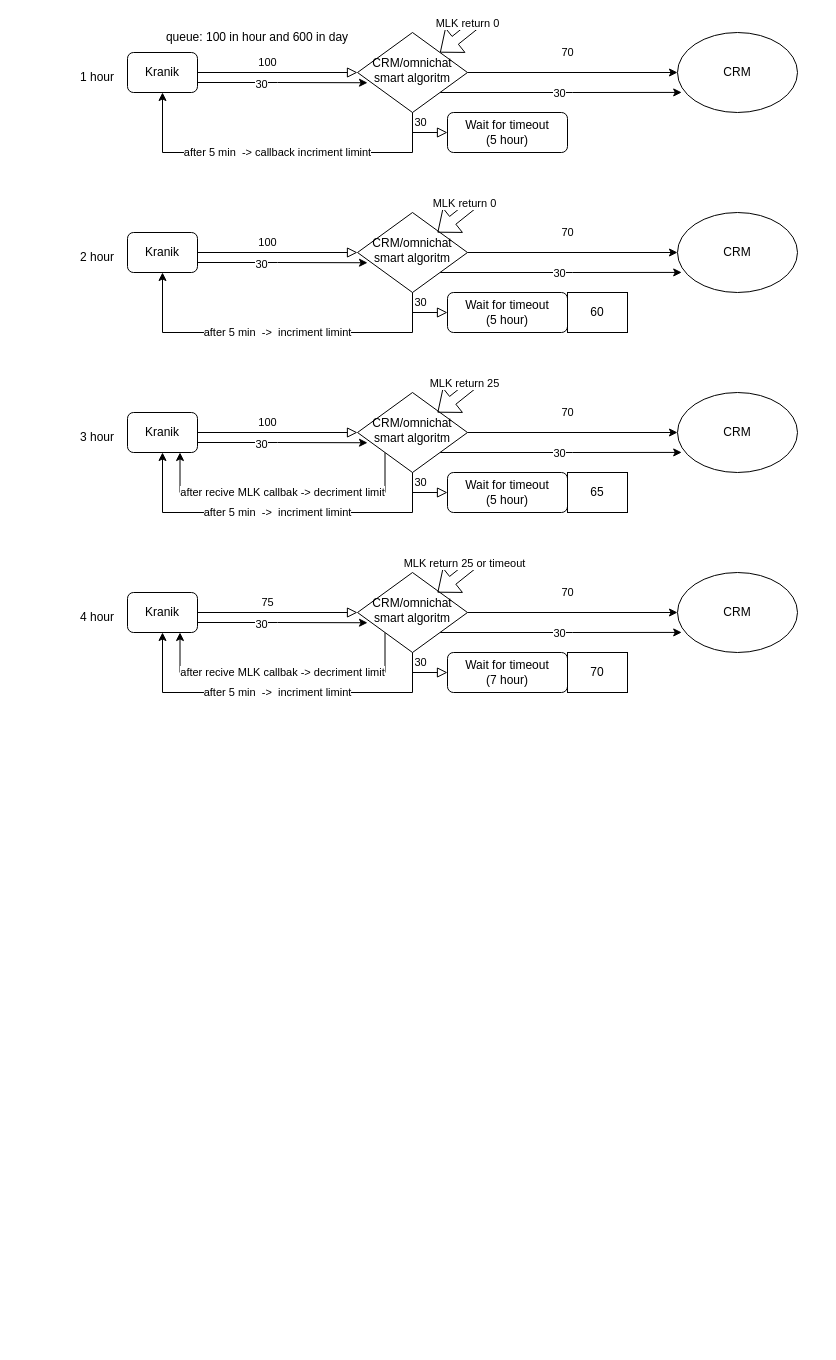
qqmax7/test keeps this draw.io diagram as Диаграмма без названия.drawio. Above is the earlier version. Source tidied: cells renumbered, new cells numbered last; positions are measured from the earlier drawing's top-left corner, leaving out a move shared by most shapes. Both pictures are drawn from the tidied source at 100%, with x=0, y=0 at pixel (67, 22).
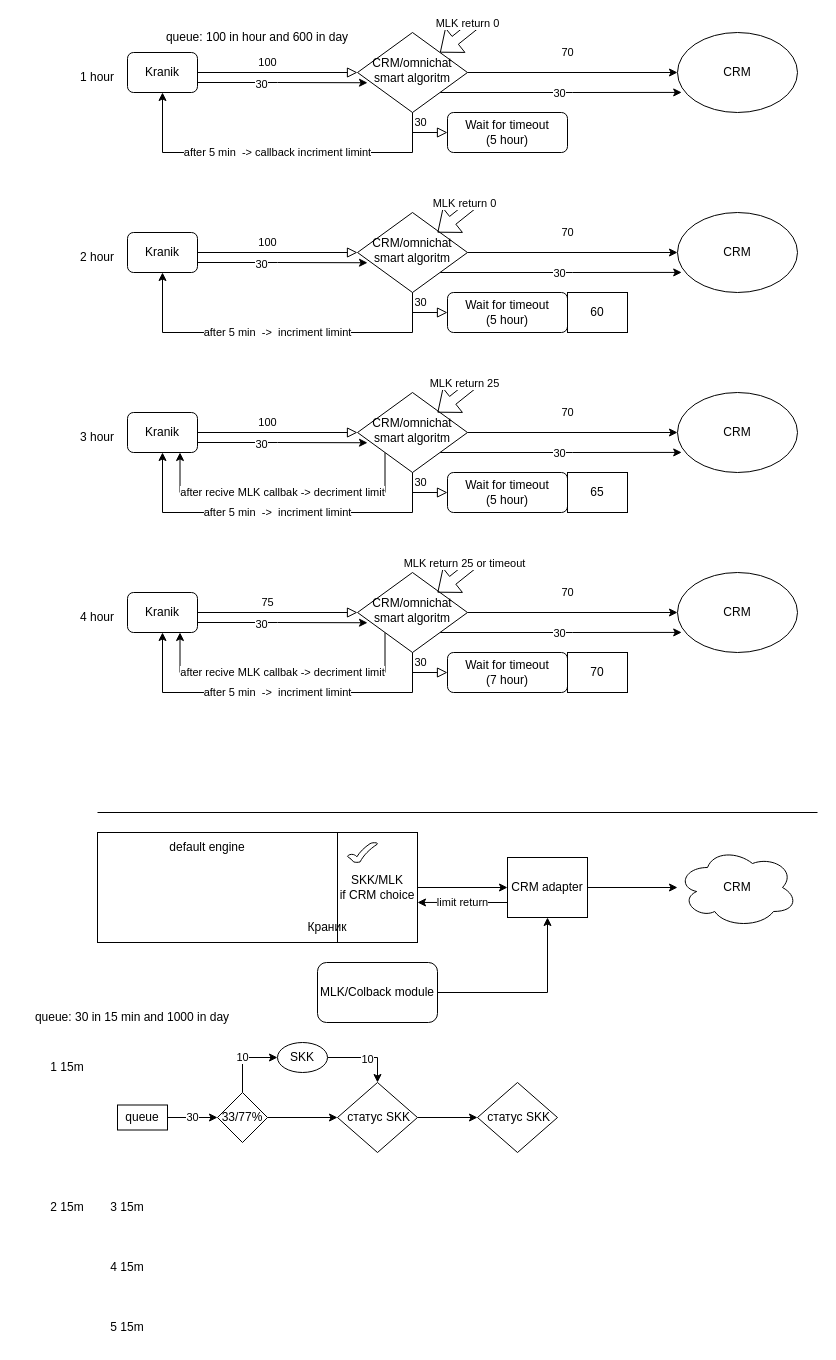
Above is the later version.

Change to the diagram source:
```diff
@@
+    <mxCell id="68" style="endArrow=none;html=1;rounded=0;" parent="1" edge="1">
+      <mxGeometry relative="1" as="geometry">
+        <mxPoint x="30" y="790" as="sourcePoint" />
+        <mxPoint x="750" y="790" as="targetPoint" />
+      </mxGeometry>
+    </mxCell>
+    <mxCell id="69" style="rounded=0;whiteSpace=wrap;html=1;" parent="1" vertex="1">
+      <mxGeometry x="30" y="810" width="320" height="110" as="geometry" />
+    </mxCell>
+    <mxCell id="70" style="edgeStyle=orthogonalEdgeStyle;rounded=0;jettySize=auto;html=1;" parent="1" edge="1" source="71" target="80">
+      <mxGeometry relative="1" as="geometry" />
+    </mxCell>
+    <mxCell id="71" value="SKK/MLK&lt;br&gt;if CRM choice" style="rounded=0;whiteSpace=wrap;html=1;" parent="1" vertex="1">
+      <mxGeometry x="270" y="810" width="80" height="110" as="geometry" />
+    </mxCell>
+    <mxCell id="72" style="verticalLabelPosition=bottom;verticalAlign=top;html=1;shape=mxgraph.basic.tick;" parent="1" vertex="1">
+      <mxGeometry x="280" y="820" width="30" height="20" as="geometry" />
+    </mxCell>
+    <mxCell id="73" value="Краник" style="text;html=1;strokeColor=none;fillColor=none;align=center;verticalAlign=middle;whiteSpace=wrap;rounded=0;" parent="1" vertex="1">
+      <mxGeometry x="230" y="890" width="60" height="30" as="geometry" />
+    </mxCell>
+    <mxCell id="74" value="default&lt;span class=&quot;HwtZe&quot; lang=&quot;en&quot;&gt; engine&lt;/span&gt; &lt;span class=&quot;HwtZe&quot; lang=&quot;en&quot;&gt;&lt;/span&gt;&lt;span class=&quot;HwtZe&quot; lang=&quot;en&quot;&gt;&lt;/span&gt;" style="text;html=1;strokeColor=none;fillColor=none;align=center;verticalAlign=middle;whiteSpace=wrap;rounded=0;" parent="1" vertex="1">
+      <mxGeometry x="70" y="810" width="140" height="30" as="geometry" />
+    </mxCell>
+    <mxCell id="75" value="CRM" style="ellipse;shape=cloud;whiteSpace=wrap;html=1;" parent="1" vertex="1">
+      <mxGeometry x="610" y="825" width="120" height="80" as="geometry" />
+    </mxCell>
+    <mxCell id="76" style="edgeStyle=orthogonalEdgeStyle;rounded=0;jettySize=auto;html=1;" parent="1" edge="1" source="77" target="80">
+      <mxGeometry relative="1" as="geometry" />
+    </mxCell>
+    <mxCell id="77" value="MLK/Colback module" style="rounded=1;whiteSpace=wrap;html=1;" parent="1" vertex="1">
+      <mxGeometry x="250" y="940" width="120" height="60" as="geometry" />
+    </mxCell>
+    <mxCell id="78" style="edgeStyle=orthogonalEdgeStyle;rounded=0;jettySize=auto;html=1;" parent="1" edge="1" source="80" target="75">
+      <mxGeometry relative="1" as="geometry" />
+    </mxCell>
+    <mxCell id="79" value="limit return" style="edgeStyle=orthogonalEdgeStyle;rounded=0;jettySize=auto;html=1;exitX=0;exitY=0.75;exitDx=0;exitDy=0;entryX=1;entryY=0.636;entryDx=0;entryDy=0;entryPerimeter=0;" parent="1" edge="1" source="80" target="71">
+      <mxGeometry relative="1" as="geometry" />
+    </mxCell>
+    <mxCell id="80" value="CRM adapter" style="rounded=0;whiteSpace=wrap;html=1;" parent="1" vertex="1">
+      <mxGeometry x="440" y="835" width="80" height="60" as="geometry" />
+    </mxCell>
+    <mxCell id="81" value="1 15m" style="text;html=1;strokeColor=none;fillColor=none;align=center;verticalAlign=middle;whiteSpace=wrap;rounded=0;" parent="1" vertex="1">
+      <mxGeometry x="-30" y="1030" width="60" height="30" as="geometry" />
+    </mxCell>
+    <mxCell id="82" value="2 15m" style="text;html=1;strokeColor=none;fillColor=none;align=center;verticalAlign=middle;whiteSpace=wrap;rounded=0;" parent="1" vertex="1">
+      <mxGeometry x="-30" y="1170" width="60" height="30" as="geometry" />
+    </mxCell>
+    <mxCell id="83" value="3 15m" style="text;html=1;strokeColor=none;fillColor=none;align=center;verticalAlign=middle;whiteSpace=wrap;rounded=0;" parent="1" vertex="1">
+      <mxGeometry x="30" y="1170" width="60" height="30" as="geometry" />
+    </mxCell>
+    <mxCell id="84" value="4 15m" style="text;html=1;strokeColor=none;fillColor=none;align=center;verticalAlign=middle;whiteSpace=wrap;rounded=0;" parent="1" vertex="1">
+      <mxGeometry x="30" y="1230" width="60" height="30" as="geometry" />
+    </mxCell>
+    <mxCell id="85" value="5 15m" style="text;html=1;strokeColor=none;fillColor=none;align=center;verticalAlign=middle;whiteSpace=wrap;rounded=0;" parent="1" vertex="1">
+      <mxGeometry x="30" y="1290" width="60" height="30" as="geometry" />
+    </mxCell>
+    <mxCell id="86" value="queue: 30 in 15 min and 1000 in day" style="text;html=1;strokeColor=none;fillColor=none;align=center;verticalAlign=middle;whiteSpace=wrap;rounded=0;" parent="1" vertex="1">
+      <mxGeometry x="-50" y="980" width="230" height="30" as="geometry" />
+    </mxCell>
+    <mxCell id="87" value="10" style="edgeStyle=orthogonalEdgeStyle;rounded=0;jettySize=auto;html=1;entryX=0;entryY=0.5;entryDx=0;entryDy=0;exitX=0.5;exitY=0;exitDx=0;exitDy=0;" parent="1" edge="1" source="89" target="94">
+      <mxGeometry relative="1" as="geometry" />
+    </mxCell>
+    <mxCell id="88" style="edgeStyle=orthogonalEdgeStyle;rounded=0;jettySize=auto;html=1;entryX=0;entryY=0.5;entryDx=0;entryDy=0;" parent="1" edge="1" source="89" target="96">
+      <mxGeometry relative="1" as="geometry" />
+    </mxCell>
+    <mxCell id="89" value="33/77%" style="rhombus;whiteSpace=wrap;html=1;" parent="1" vertex="1">
+      <mxGeometry x="150" y="1070" width="50" height="50" as="geometry" />
+    </mxCell>
+    <mxCell id="90" value="30" style="edgeStyle=orthogonalEdgeStyle;rounded=0;jettySize=auto;html=1;" parent="1" edge="1" source="91" target="89">
+      <mxGeometry relative="1" as="geometry" />
+    </mxCell>
+    <mxCell id="91" value="queue" style="rounded=0;whiteSpace=wrap;html=1;" parent="1" vertex="1">
+      <mxGeometry x="50" y="1082.5" width="50" height="25" as="geometry" />
+    </mxCell>
+    <mxCell id="92" style="edgeStyle=orthogonalEdgeStyle;rounded=0;jettySize=auto;html=1;entryX=0.5;entryY=0;entryDx=0;entryDy=0;" parent="1" edge="1" source="94" target="96">
+      <mxGeometry relative="1" as="geometry" />
+    </mxCell>
+    <mxCell id="93" value="10" style="edgeLabel;html=1;align=center;verticalAlign=middle;" parent="92" vertex="1">
+      <mxGeometry x="0.03" y="-1" relative="1" as="geometry" />
+    </mxCell>
+    <mxCell id="94" value="SKK" style="ellipse;whiteSpace=wrap;html=1;" parent="1" vertex="1">
+      <mxGeometry x="210" y="1020" width="50" height="30" as="geometry" />
+    </mxCell>
+    <mxCell id="95" style="edgeStyle=orthogonalEdgeStyle;rounded=0;jettySize=auto;html=1;entryX=0;entryY=0.5;entryDx=0;entryDy=0;" parent="1" edge="1" source="96" target="97">
+      <mxGeometry relative="1" as="geometry" />
+    </mxCell>
+    <mxCell id="96" value="&amp;nbsp;статус SKK" style="rhombus;whiteSpace=wrap;html=1;" parent="1" vertex="1">
+      <mxGeometry x="270" y="1060" width="80" height="70" as="geometry" />
+    </mxCell>
+    <mxCell id="97" value="&amp;nbsp;статус SKK" style="rhombus;whiteSpace=wrap;html=1;" parent="1" vertex="1">
+      <mxGeometry x="410" y="1060" width="80" height="70" as="geometry" />
+    </mxCell>
```
